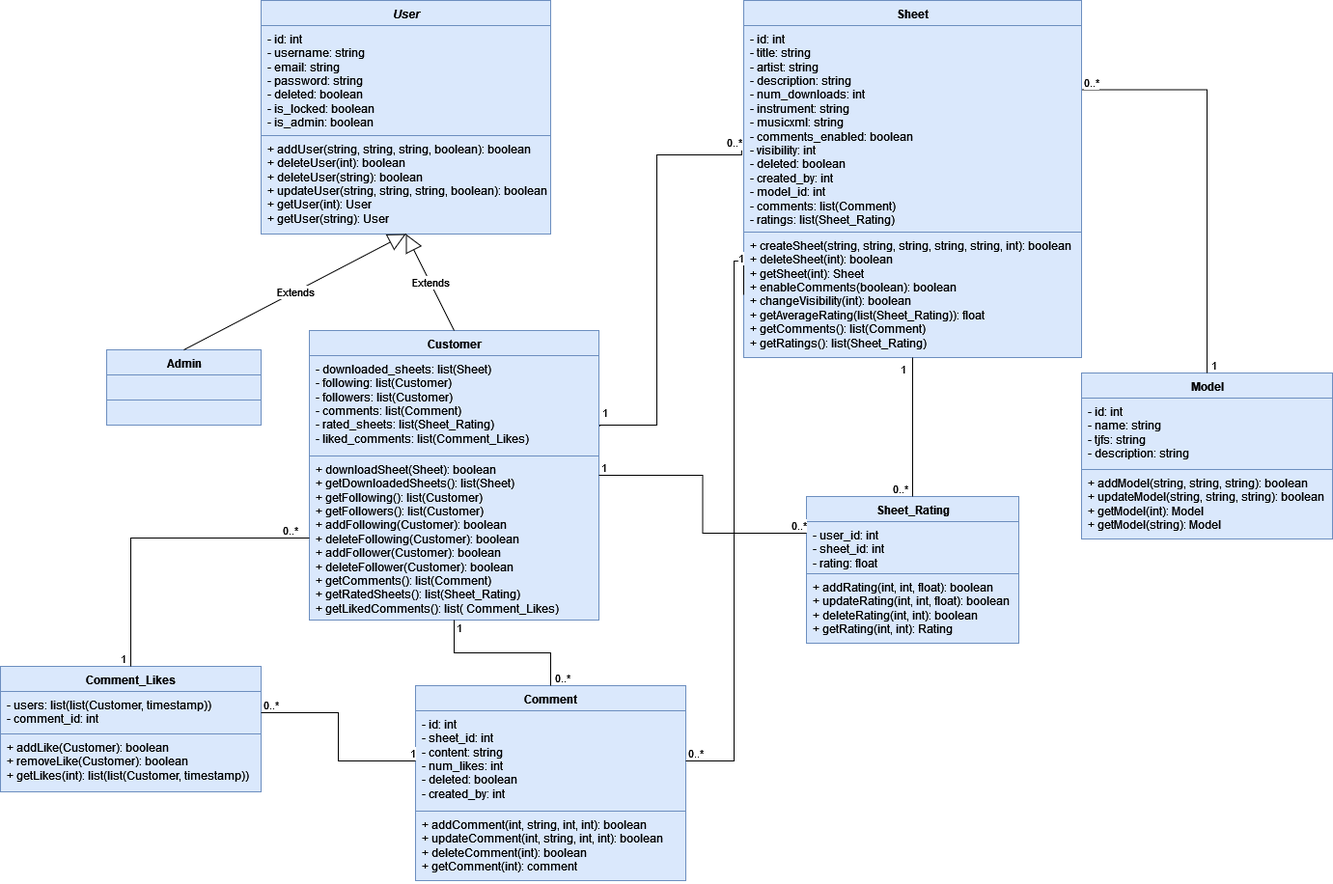
The draw.io diagram db/Knowtes_Class_Diagram.png in ProjFall2025/Team3, before a commit. Source tidied: cells renumbered, new cells last; positions are measured from the earlier drawing's top-left corner, leaving out a move shared by most shapes.
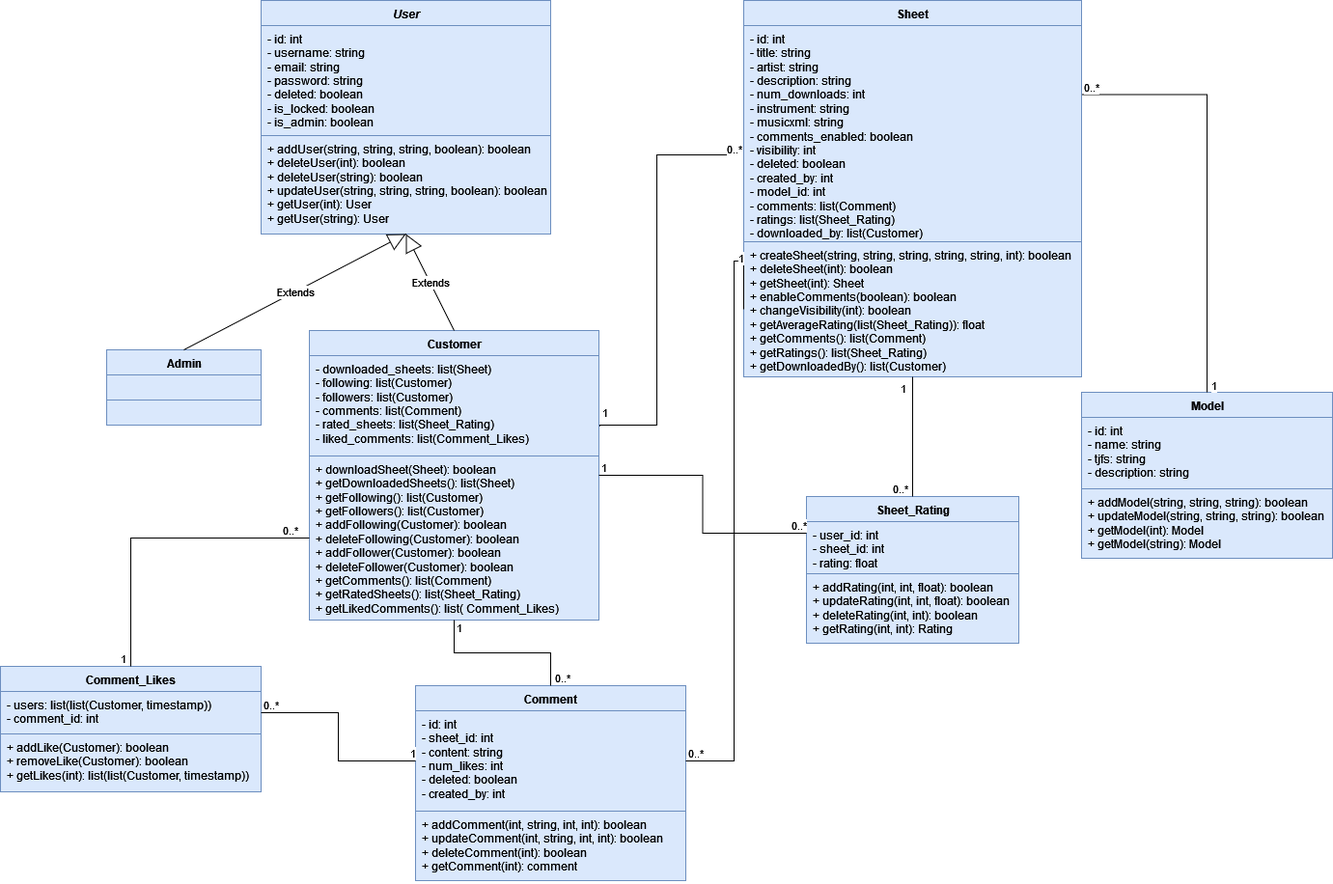
The same file after the commit.

Commit message:
Updated UML Class Diagram

What changed in the source:
```diff
@@ -12,16 +12,16 @@
       <mxGeometry y="130" width="300" height="170" as="geometry" />
     </mxCell>
     <mxCell id="5" value="Sheet" style="swimlane;fontStyle=1;align=center;verticalAlign=top;horizontal=1;startSize=26;whiteSpace=wrap;html=1;fillColor=#dae8fc;strokeColor=#6c8ebf;" parent="1" vertex="1">
-      <mxGeometry x="770" width="350" height="370" as="geometry" />
+      <mxGeometry x="770" width="350" height="390" as="geometry" />
     </mxCell>
-    <mxCell id="6" value="&lt;div&gt;- id: int&lt;/div&gt;&lt;div&gt;&lt;div&gt;- title: string&lt;br&gt;&lt;/div&gt;&lt;div&gt;&lt;div&gt;- artist: string &lt;br&gt;&lt;/div&gt;&lt;div&gt;&lt;div&gt;- description: string&lt;/div&gt;&lt;div&gt;&lt;div&gt;- num_downloads: int&lt;br&gt;&lt;/div&gt;&lt;div&gt;&lt;div&gt;- instrument: string&lt;br&gt;&lt;/div&gt;&lt;div&gt;&lt;div&gt;- musicxml: string&lt;br&gt;&lt;/div&gt;&lt;div&gt;&lt;div&gt;- comments_enabled: boolean&lt;br&gt;&lt;/div&gt;&lt;div&gt;&lt;div&gt;- visibility: int&lt;br&gt;&lt;/div&gt;&lt;div&gt;&lt;div&gt;- deleted: boolean&lt;br&gt;&lt;/div&gt;&lt;div&gt;- created_by: int&lt;/div&gt;&lt;div&gt;- model_id: int&lt;/div&gt;&lt;div&gt;- comments: list(Comment)&lt;/div&gt;&lt;div&gt;- ratings: list(Sheet_Rating)&lt;br&gt;&lt;/div&gt;&lt;/div&gt;&lt;div&gt;&lt;br&gt;&lt;br&gt;&lt;/div&gt;&lt;/div&gt;&lt;/div&gt;&lt;/div&gt;&lt;/div&gt;&lt;/div&gt;&lt;/div&gt;&lt;/div&gt;&lt;/div&gt;&lt;div&gt;&lt;br&gt;&lt;/div&gt;" style="text;strokeColor=#6c8ebf;fillColor=#dae8fc;align=left;verticalAlign=top;spacingLeft=4;spacingRight=4;overflow=hidden;points=[[0,0.5],[1,0.5]];portConstraint=eastwest;whiteSpace=wrap;html=1;" parent="5" vertex="1">
-      <mxGeometry y="26" width="350" height="214" as="geometry" />
+    <mxCell id="6" value="&lt;div&gt;- id: int&lt;/div&gt;&lt;div&gt;&lt;div&gt;- title: string&lt;br&gt;&lt;/div&gt;&lt;div&gt;&lt;div&gt;- artist: string &lt;br&gt;&lt;/div&gt;&lt;div&gt;&lt;div&gt;- description: string&lt;/div&gt;&lt;div&gt;&lt;div&gt;- num_downloads: int&lt;br&gt;&lt;/div&gt;&lt;div&gt;&lt;div&gt;- instrument: string&lt;br&gt;&lt;/div&gt;&lt;div&gt;&lt;div&gt;- musicxml: string&lt;br&gt;&lt;/div&gt;&lt;div&gt;&lt;div&gt;- comments_enabled: boolean&lt;br&gt;&lt;/div&gt;&lt;div&gt;&lt;div&gt;- visibility: int&lt;br&gt;&lt;/div&gt;&lt;div&gt;&lt;div&gt;- deleted: boolean&lt;br&gt;&lt;/div&gt;&lt;div&gt;- created_by: int&lt;/div&gt;&lt;div&gt;- model_id: int&lt;/div&gt;&lt;div&gt;- comments: list(Comment)&lt;/div&gt;&lt;div&gt;- ratings: list(Sheet_Rating)&lt;/div&gt;&lt;div&gt;- downloaded_by: list(Customer)&lt;br&gt;&lt;/div&gt;&lt;/div&gt;&lt;div&gt;&lt;br&gt;&lt;br&gt;&lt;/div&gt;&lt;/div&gt;&lt;/div&gt;&lt;/div&gt;&lt;/div&gt;&lt;/div&gt;&lt;/div&gt;&lt;/div&gt;&lt;/div&gt;&lt;div&gt;&lt;br&gt;&lt;/div&gt;" style="text;strokeColor=#6c8ebf;fillColor=#dae8fc;align=left;verticalAlign=top;spacingLeft=4;spacingRight=4;overflow=hidden;points=[[0,0.5],[1,0.5]];portConstraint=eastwest;whiteSpace=wrap;html=1;" parent="5" vertex="1">
+      <mxGeometry y="26" width="350" height="224" as="geometry" />
     </mxCell>
-    <mxCell id="7" value="&lt;div&gt;+ createSheet(string, string, string, string, string, int): boolean&lt;/div&gt;&lt;div&gt;+ deleteSheet(int): boolean&lt;/div&gt;&lt;div&gt;+ getSheet(int): Sheet&lt;/div&gt;&lt;div&gt;+ enableComments(boolean): boolean&lt;/div&gt;&lt;div&gt;+ changeVisibility(int): boolean&lt;/div&gt;&lt;div&gt;+ getAverageRating(list(Sheet_Rating)): float&lt;/div&gt;&lt;div&gt;+ getComments(): list(Comment)&lt;/div&gt;&lt;div&gt;+ getRatings(): list(Sheet_Rating)&lt;br&gt;&lt;/div&gt;" style="text;strokeColor=#6c8ebf;fillColor=#dae8fc;align=left;verticalAlign=top;spacingLeft=4;spacingRight=4;overflow=hidden;points=[[0,0.5],[1,0.5]];portConstraint=eastwest;whiteSpace=wrap;html=1;" parent="5" vertex="1">
-      <mxGeometry y="240" width="350" height="130" as="geometry" />
+    <mxCell id="7" value="&lt;div&gt;+ createSheet(string, string, string, string, string, int): boolean&lt;/div&gt;&lt;div&gt;+ deleteSheet(int): boolean&lt;/div&gt;&lt;div&gt;+ getSheet(int): Sheet&lt;/div&gt;&lt;div&gt;+ enableComments(boolean): boolean&lt;/div&gt;&lt;div&gt;+ changeVisibility(int): boolean&lt;/div&gt;&lt;div&gt;+ getAverageRating(list(Sheet_Rating)): float&lt;/div&gt;&lt;div&gt;+ getComments(): list(Comment)&lt;/div&gt;&lt;div&gt;+ getRatings(): list(Sheet_Rating)&lt;/div&gt;&lt;div&gt;+ getDownloadedBy(): list(Customer)&lt;br&gt;&lt;/div&gt;" style="text;strokeColor=#6c8ebf;fillColor=#dae8fc;align=left;verticalAlign=top;spacingLeft=4;spacingRight=4;overflow=hidden;points=[[0,0.5],[1,0.5]];portConstraint=eastwest;whiteSpace=wrap;html=1;" parent="5" vertex="1">
+      <mxGeometry y="250" width="350" height="140" as="geometry" />
     </mxCell>
     <mxCell id="8" value="Model" style="swimlane;fontStyle=1;align=center;verticalAlign=top;horizontal=1;startSize=26;whiteSpace=wrap;html=1;fillColor=#dae8fc;strokeColor=#6c8ebf;" parent="1" vertex="1">
-      <mxGeometry x="1120" y="386" width="260" height="172" as="geometry" />
+      <mxGeometry x="1120" y="406" width="260" height="172" as="geometry" />
     </mxCell>
     <mxCell id="9" value="&lt;div&gt;- id: int&lt;/div&gt;&lt;div&gt;- name: string&lt;/div&gt;&lt;div&gt;- tjfs: string&lt;/div&gt;&lt;div&gt;- description: string&lt;br&gt;&lt;/div&gt;&lt;div&gt;&lt;br&gt;&lt;/div&gt;" style="text;strokeColor=#6c8ebf;fillColor=#dae8fc;align=left;verticalAlign=top;spacingLeft=4;spacingRight=4;overflow=hidden;whiteSpace=wrap;html=1;" parent="8" vertex="1">
       <mxGeometry y="26" width="260" height="74" as="geometry" />
@@ -149,7 +149,7 @@
     </mxCell>
     <mxCell id="42" value="1" style="edgeLabel;html=1;align=right;verticalAlign=bottom;" parent="40" vertex="1">
       <mxGeometry x="1" relative="1" as="geometry">
-        <mxPoint y="-30" as="offset" />
+        <mxPoint y="-45" as="offset" />
       </mxGeometry>
     </mxCell>
     <mxCell id="43" value="Comment_Likes" style="swimlane;fontStyle=1;align=center;verticalAlign=top;horizontal=1;startSize=26;whiteSpace=wrap;html=1;fillColor=#dae8fc;strokeColor=#6c8ebf;" parent="1" vertex="1">
```
